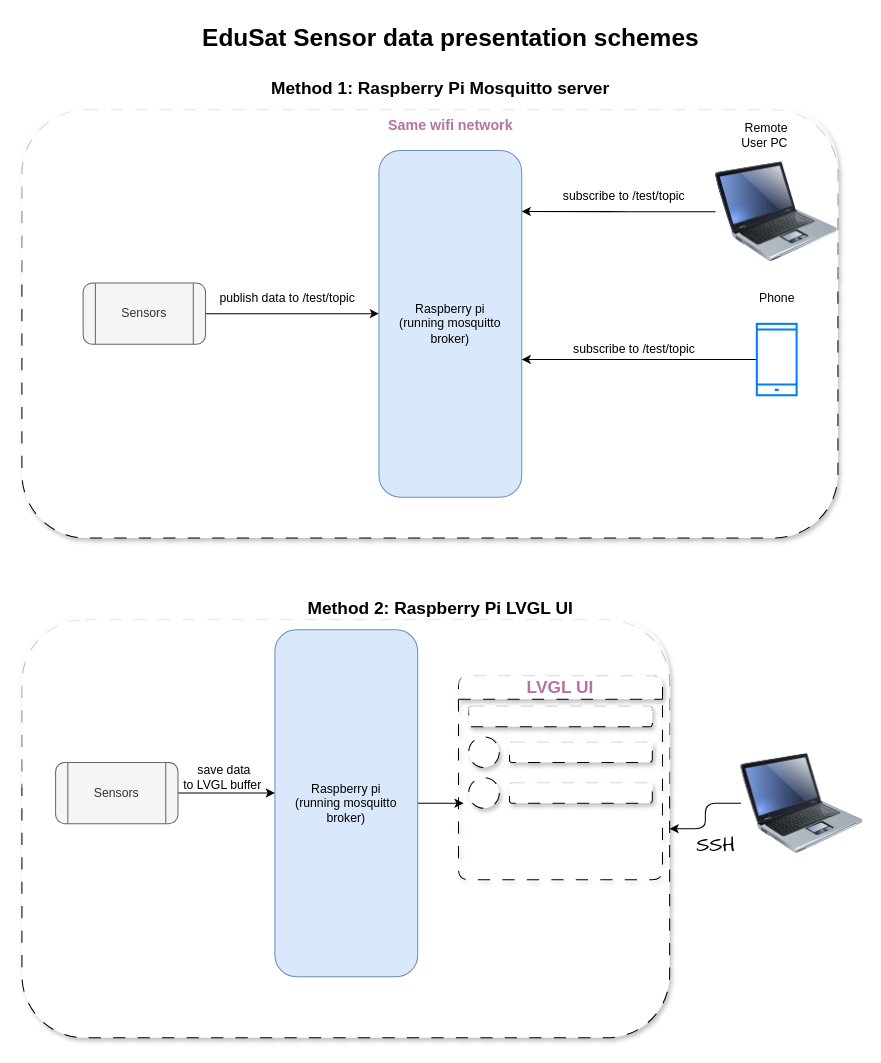
The draw.io diagram images/pi-broker.drawio in bytecod3/mosquitto-pi-broker, before the edit. Source tidied: cells renumbered, new cells numbered last; positions are measured from the earlier drawing's top-left corner, leaving out a move shared by most shapes. Both pictures are drawn from the tidied source at 102%, with x=0, y=0 at pixel (21, 17).
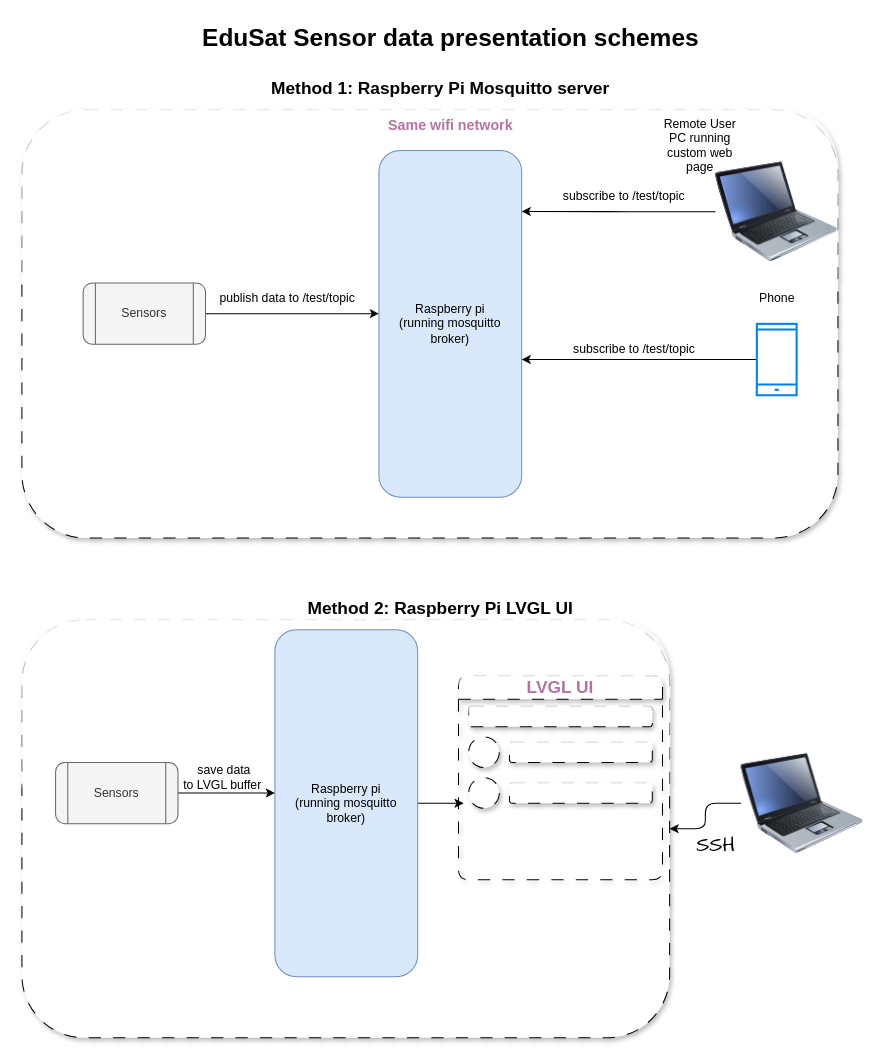
The same page after the edit.

Commit message (it also covers changes not shown here):
adds mwtt block diagram

Change to the diagram source:
```diff
@@
-    <mxCell id="11" value="Remote User PC&amp;nbsp;" style="text;html=1;strokeColor=none;fillColor=none;align=center;verticalAlign=middle;whiteSpace=wrap;rounded=1;" parent="1" vertex="1">
-      <mxGeometry x="700" y="100" width="60" height="30" as="geometry" />
+    <mxCell id="11" value="Remote User PC running custom web page" style="text;html=1;strokeColor=none;fillColor=none;align=center;verticalAlign=middle;whiteSpace=wrap;rounded=1;" parent="1" vertex="1">
+      <mxGeometry x="625" y="100" width="80" height="50" as="geometry" />
     </mxCell>
```
